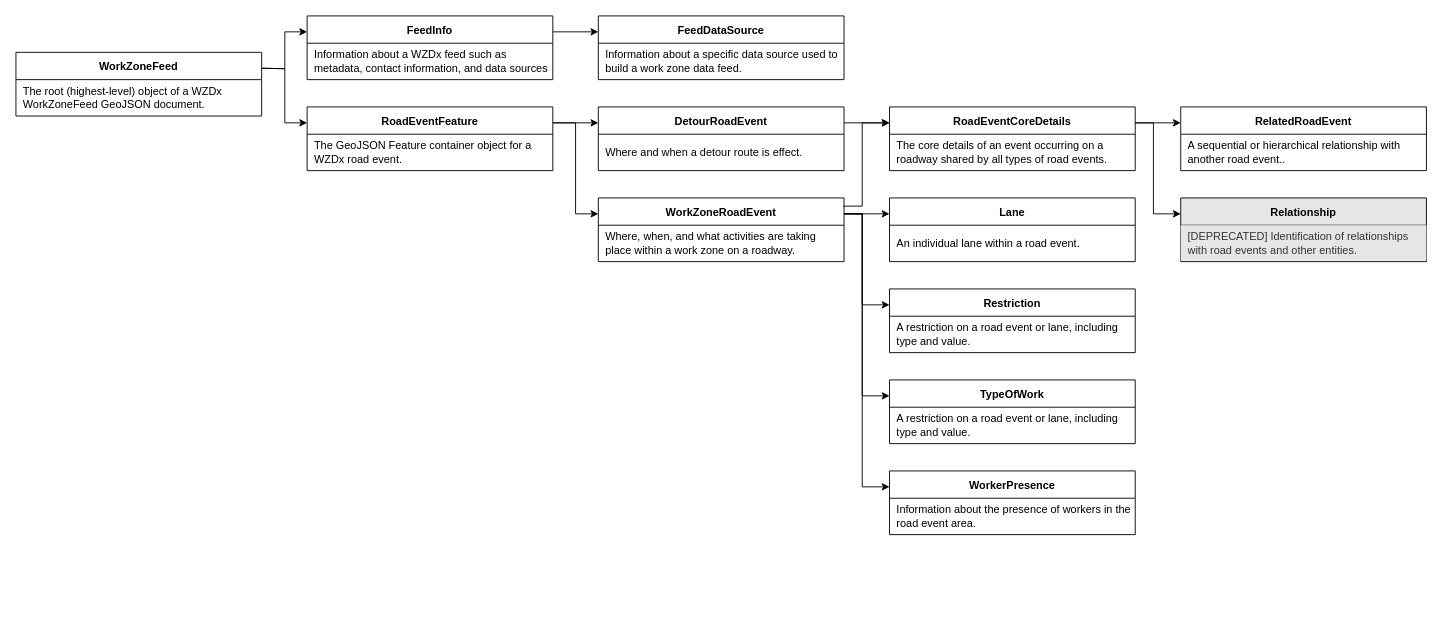
Earlier version of the draw.io diagram images/WZDx_WorkZoneFeed_object_diagram.drawio (usdot-jpo-ode/wzdx). Source tidied: cells renumbered, new cells numbered last; positions are measured from the earlier drawing's top-left corner, leaving out a move shared by most shapes. Both pictures are drawn from the tidied source at 91%, with x=0, y=0 at pixel (15, 15).
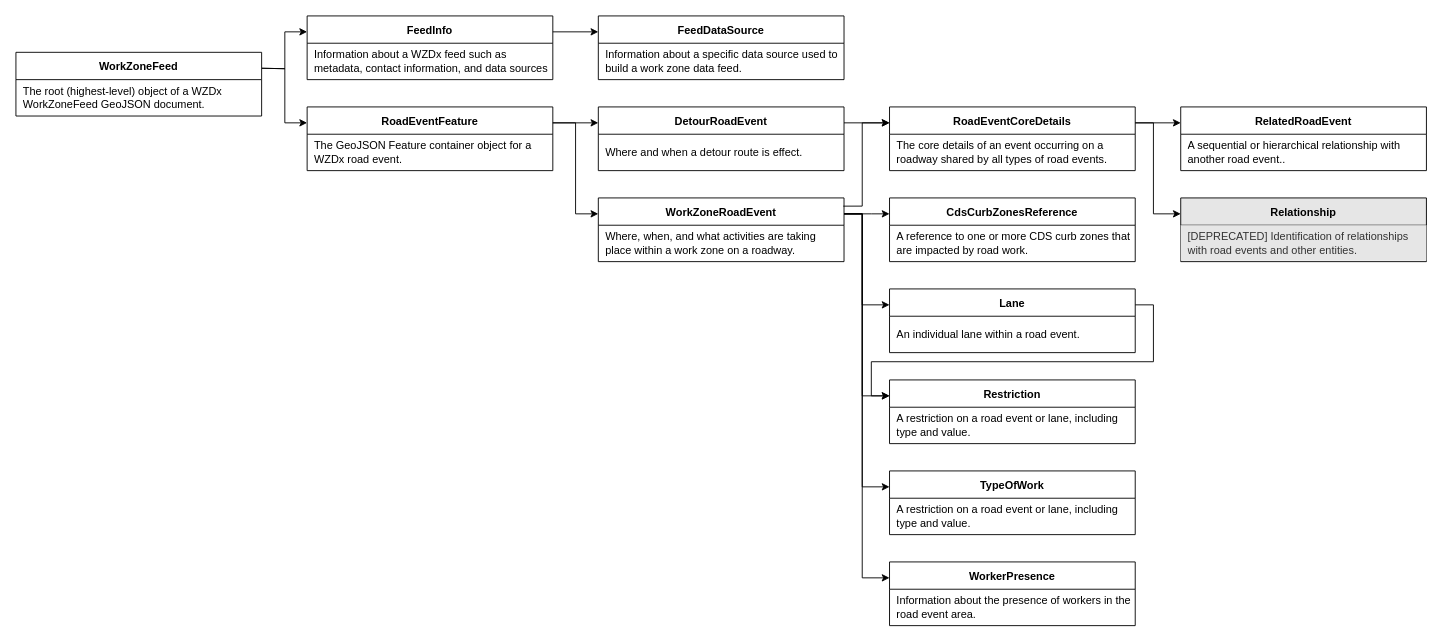
Above is the later version.

The change refers to these unchanged cells:
```xml
<mxCell id="16" value="WorkZoneRoadEvent" style="shape=table;startSize=30;childLayout=tableLayout;rowLines=0;fontStyle=1;align=center;" parent="1" vertex="1">
  <mxGeometry x="640" y="200" width="270" height="70" as="geometry" />
</mxCell>
```

The edit, as a diff of the source:
```diff
@@
     <mxCell id="22" value="Lane" style="shape=table;startSize=30;childLayout=tableLayout;rowLines=0;fontStyle=1;align=center;" parent="1" vertex="1">
-      <mxGeometry x="960" y="200" width="270" height="70" as="geometry" />
+      <mxGeometry x="960" y="300" width="270" height="70" as="geometry" />
     </mxCell>
@@
     <mxCell id="25" value="Restriction" style="shape=table;startSize=30;childLayout=tableLayout;rowLines=0;fontStyle=1;align=center;" parent="1" vertex="1">
-      <mxGeometry x="960" y="300" width="270" height="70" as="geometry" />
+      <mxGeometry x="960" y="400" width="270" height="70" as="geometry" />
     </mxCell>
@@
     <mxCell id="31" value="TypeOfWork" style="shape=table;startSize=30;childLayout=tableLayout;rowLines=0;fontStyle=1;align=center;" parent="1" vertex="1">
-      <mxGeometry x="960" y="400" width="270" height="70" as="geometry" />
+      <mxGeometry x="960" y="500" width="270" height="70" as="geometry" />
     </mxCell>
@@
     <mxCell id="34" value="WorkerPresence" style="shape=table;startSize=30;childLayout=tableLayout;rowLines=0;fontStyle=1;align=center;" parent="1" vertex="1">
-      <mxGeometry x="960" y="500" width="270" height="70" as="geometry" />
+      <mxGeometry x="960" y="600" width="270" height="70" as="geometry" />
     </mxCell>
@@
     <mxCell id="45" style="edgeStyle=orthogonalEdgeStyle;rounded=0;jettySize=auto;html=1;exitX=1;exitY=0.25;exitDx=0;exitDy=0;entryX=0;entryY=0.25;entryDx=0;entryDy=0;" parent="1" edge="1" source="16" target="34">
       <mxGeometry relative="1" as="geometry">
         <Array as="points">
           <mxPoint x="930" y="218" />
-          <mxPoint x="930" y="518" />
+          <mxPoint x="930" y="618" />
         </Array>
       </mxGeometry>
     </mxCell>
     <mxCell id="46" style="edgeStyle=orthogonalEdgeStyle;rounded=0;jettySize=auto;html=1;exitX=1;exitY=0.25;exitDx=0;exitDy=0;entryX=0;entryY=0.25;entryDx=0;entryDy=0;endWidth=6.234491315136476;" parent="1" edge="1" source="16" target="22">
-      <mxGeometry relative="1" as="geometry" />
+      <mxGeometry relative="1" as="geometry">
+        <Array as="points">
+          <mxPoint x="930" y="218" />
+          <mxPoint x="930" y="318" />
+        </Array>
+      </mxGeometry>
     </mxCell>
     <mxCell id="47" style="edgeStyle=orthogonalEdgeStyle;rounded=0;jettySize=auto;html=1;exitX=1;exitY=0.25;exitDx=0;exitDy=0;entryX=0;entryY=0.25;entryDx=0;entryDy=0;endWidth=6.234491315136476;" parent="1" edge="1" source="16" target="25">
       <mxGeometry relative="1" as="geometry">
         <Array as="points">
           <mxPoint x="930" y="218" />
-          <mxPoint x="930" y="318" />
+          <mxPoint x="930" y="418" />
         </Array>
       </mxGeometry>
     </mxCell>
     <mxCell id="48" style="edgeStyle=orthogonalEdgeStyle;rounded=0;jettySize=auto;html=1;exitX=1;exitY=0.25;exitDx=0;exitDy=0;entryX=0;entryY=0.25;entryDx=0;entryDy=0;endWidth=6.234491315136476;" parent="1" edge="1" source="16" target="31">
       <mxGeometry relative="1" as="geometry">
         <Array as="points">
           <mxPoint x="930" y="218" />
-          <mxPoint x="930" y="418" />
+          <mxPoint x="930" y="518" />
         </Array>
       </mxGeometry>
     </mxCell>
@@
+    <mxCell id="55" value="CdsCurbZonesReference" style="shape=table;startSize=30;childLayout=tableLayout;rowLines=0;fontStyle=1;align=center;" parent="1" vertex="1">
+      <mxGeometry x="960" y="200" width="270" height="70" as="geometry" />
+    </mxCell>
+    <mxCell id="56" style="shape=partialRectangle;fillColor=none;top=0;left=0;right=0;bottom=0;" parent="55" vertex="1">
+      <mxGeometry y="30" width="270" height="39" as="geometry" />
+    </mxCell>
+    <mxCell id="57" value="A reference to one or more CDS curb zones that are impacted by road work." style="shape=partialRectangle;overflow=hidden;top=0;left=0;bottom=0;right=0;align=left;spacingLeft=6;fontStyle=0;strokeColor=#d6b656;fillColor=none;whiteSpace=wrap;" parent="56" vertex="1">
+      <mxGeometry width="270" height="39" as="geometry" />
+    </mxCell>
+    <mxCell id="58" style="edgeStyle=orthogonalEdgeStyle;rounded=0;jettySize=auto;html=1;entryX=0;entryY=0.25;entryDx=0;entryDy=0;endWidth=6.234491315136476;exitX=1;exitY=0.25;exitDx=0;exitDy=0;" parent="1" edge="1" source="16" target="55">
+      <mxGeometry relative="1" as="geometry">
+        <Array as="points">
+          <mxPoint x="940" y="218" />
+          <mxPoint x="940" y="218" />
+        </Array>
+      </mxGeometry>
+    </mxCell>
+    <mxCell id="59" style="edgeStyle=orthogonalEdgeStyle;rounded=0;jettySize=auto;html=1;exitX=1;exitY=0.25;exitDx=0;exitDy=0;entryX=0;entryY=0.25;entryDx=0;entryDy=0;endWidth=6.234491315136476;" parent="1" edge="1" source="22" target="25">
+      <mxGeometry relative="1" as="geometry">
+        <Array as="points">
+          <mxPoint x="1250" y="318" />
+          <mxPoint x="1250" y="380" />
+          <mxPoint x="940" y="380" />
+          <mxPoint x="940" y="418" />
+        </Array>
+      </mxGeometry>
+    </mxCell>
```
